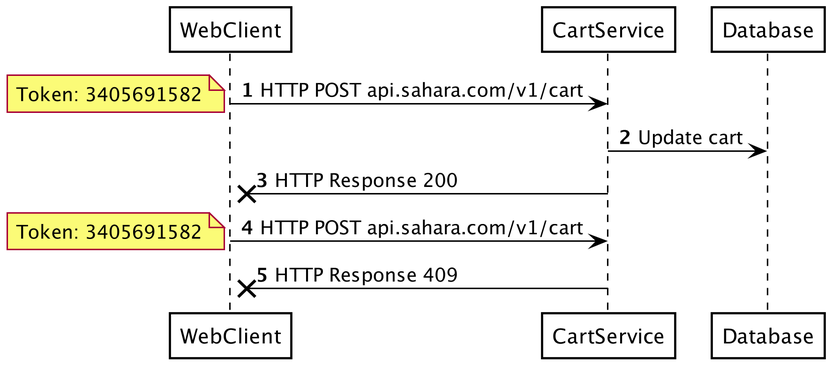
The PlantUML diagram slides/distributed2/diagrams/SyncVsAsync.png in CSSE6400/software-architecture, before a commit.
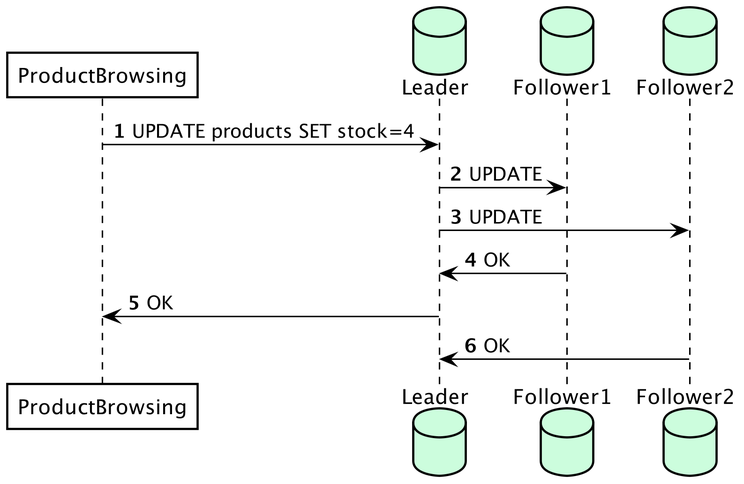
The same file after the commit.

What changed in the source:
```diff
@@ -10,12 +10,17 @@
 skinparam SequenceLifeLineBorderColor black
 
 autonumber
-WebClient -> CartService : HTTP POST api.sahara.com/v1/cart
-note left: Token: 3405691582
-CartService -> Database : Update cart
-CartService ->x WebClient : HTTP Response 200
-WebClient -> CartService : HTTP POST api.sahara.com/v1/cart
-note left: Token: 3405691582
-CartService ->x WebClient : HTTP Response 409
+
+participant ProductBrowsing
+database Leader #ccfddd
+database Follower1 #ccfddd
+database Follower2 #ccfddd
+
+ProductBrowsing -> Leader : UPDATE products SET stock=4
+Leader -> Follower1 : UPDATE
+Leader -> Follower2 : UPDATE
+Follower1 -> Leader : OK
+Leader -> ProductBrowsing : OK
+Follower2 -> Leader : OK
 
 @enduml
```
